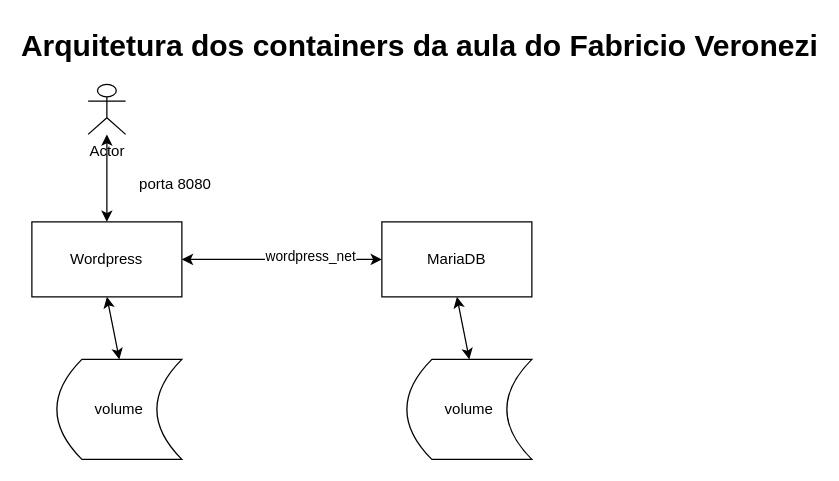
The draw.io diagram anotacoes.drawio in szalbuque/crud-php-sql, before the edit. Source tidied: cells renumbered, new cells numbered last; positions are measured from the earlier drawing's top-left corner, leaving out a move shared by most shapes. Both pictures are drawn from the tidied source at 125%, with x=0, y=0 at pixel (31, 21).
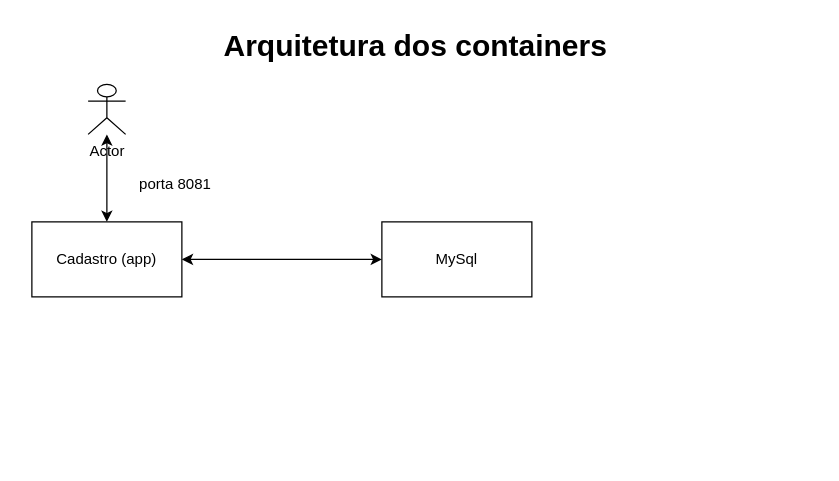
The same page after the edit.

Change to the diagram source:
```diff
@@
 <mxGraphModel>
   <root>
     <mxCell id="0" />
     <mxCell id="1" parent="0" />
-    <mxCell id="2" value="Wordpress" style="rounded=0;whiteSpace=wrap;html=1;" parent="1" vertex="1">
+    <mxCell id="2" value="Cadastro (app)" style="rounded=0;whiteSpace=wrap;html=1;" parent="1" vertex="1">
       <mxGeometry y="160" width="120" height="60" as="geometry" />
     </mxCell>
-    <mxCell id="3" value="Arquitetura dos containers da aula do Fabricio Veronezi" style="text;strokeColor=none;fillColor=none;html=1;fontSize=24;fontStyle=1;verticalAlign=middle;align=center;" parent="1" vertex="1">
+    <mxCell id="3" value="Arquitetura dos containers&amp;nbsp;" style="text;strokeColor=none;fillColor=none;html=1;fontSize=24;fontStyle=1;verticalAlign=middle;align=center;" parent="1" vertex="1">
       <mxGeometry x="150" width="320" height="40" as="geometry" />
     </mxCell>
-    <mxCell id="4" value="volume" style="shape=dataStorage;whiteSpace=wrap;html=1;fixedSize=1;" parent="1" vertex="1">
-      <mxGeometry x="20" y="270" width="100" height="80" as="geometry" />
-    </mxCell>
-    <mxCell id="5" value="MariaDB" style="rounded=0;whiteSpace=wrap;html=1;" parent="1" vertex="1">
+    <mxCell id="5" value="MySql" style="rounded=0;whiteSpace=wrap;html=1;" parent="1" vertex="1">
       <mxGeometry x="280" y="160" width="120" height="60" as="geometry" />
     </mxCell>
-    <mxCell id="6" value="volume" style="shape=dataStorage;whiteSpace=wrap;html=1;fixedSize=1;" parent="1" vertex="1">
-      <mxGeometry x="300" y="270" width="100" height="80" as="geometry" />
-    </mxCell>
-    <mxCell id="7" style="endArrow=classic;startArrow=classic;html=1;exitX=0.5;exitY=0;exitDx=0;exitDy=0;entryX=0.5;entryY=1;entryDx=0;entryDy=0;" parent="1" edge="1" source="6" target="5">
-      <mxGeometry relative="1" as="geometry" />
-    </mxCell>
-    <mxCell id="8" style="endArrow=classic;startArrow=classic;html=1;exitX=0.5;exitY=0;exitDx=0;exitDy=0;entryX=0.5;entryY=1;entryDx=0;entryDy=0;" parent="1" edge="1" source="4" target="2">
-      <mxGeometry relative="1" as="geometry" />
-    </mxCell>
     <mxCell id="9" value="Actor" style="shape=umlActor;verticalLabelPosition=bottom;verticalAlign=top;html=1;outlineConnect=0;" parent="1" vertex="1">
       <mxGeometry x="45" y="50" width="30" height="40" as="geometry" />
     </mxCell>
     <mxCell id="10" style="endArrow=classic;startArrow=classic;html=1;exitX=0.5;exitY=0;exitDx=0;exitDy=0;" parent="1" edge="1" source="2" target="9">
       <mxGeometry relative="1" as="geometry" />
     </mxCell>
-    <mxCell id="11" value="porta 8080" style="text;html=1;strokeColor=none;fillColor=none;align=center;verticalAlign=middle;whiteSpace=wrap;overflow=hidden;" parent="1" vertex="1">
+    <mxCell id="11" value="porta 8081" style="text;html=1;strokeColor=none;fillColor=none;align=center;verticalAlign=middle;whiteSpace=wrap;overflow=hidden;" parent="1" vertex="1">
       <mxGeometry x="75" y="120" width="80" height="20" as="geometry" />
     </mxCell>
     <mxCell id="12" style="endArrow=classic;startArrow=classic;html=1;exitX=1;exitY=0.5;exitDx=0;exitDy=0;entryX=0;entryY=0.5;entryDx=0;entryDy=0;" parent="1" edge="1" source="2" target="5">
       <mxGeometry relative="1" as="geometry" />
     </mxCell>
-    <mxCell id="13" value="wordpress_net" style="edgeLabel;html=1;align=center;verticalAlign=middle;" parent="12" vertex="1">
-      <mxGeometry x="0.28" y="3" relative="1" as="geometry" />
-    </mxCell>
   </root>
 </mxGraphModel>
```
